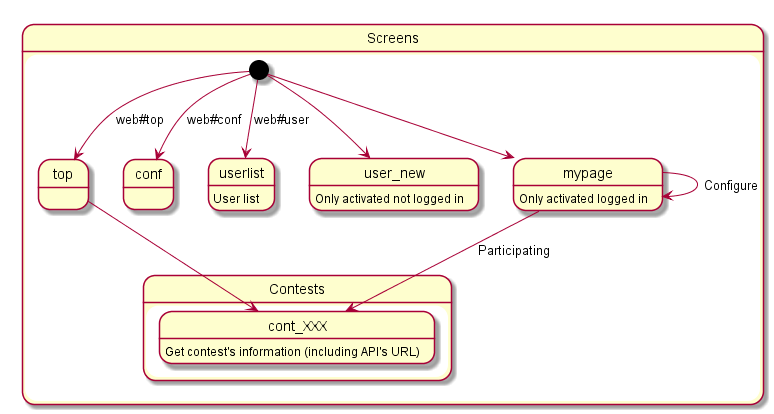
seser1/apiCont keeps this PlantUML diagram as doc/uml/screens.png. Above is the earlier version.
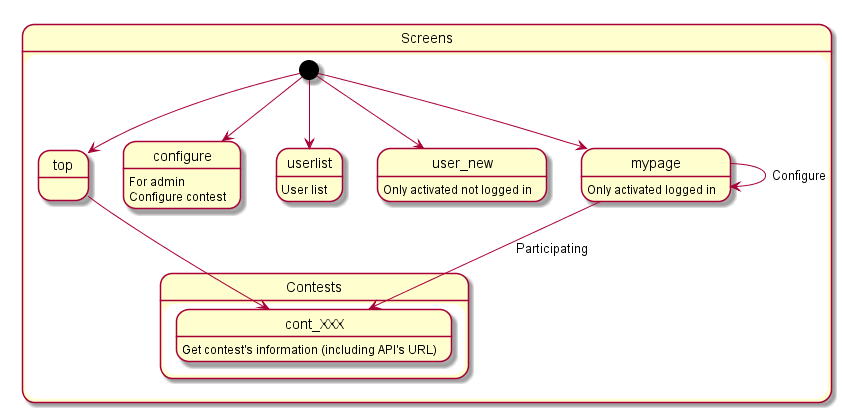
The same diagram one commit later.

Commit message:
Created ER diagram (table)

The edit, as a diff of the source:
```diff
@@ -1,8 +1,8 @@
 @startuml screens
 state Screens{
-  [*] --> top: web#top
-  [*] --> conf: web#conf
-  [*] --> userlist: web#user
+  [*] --> top
+  [*] --> configure
+  [*] --> userlist
   [*] --> user_new
   [*] --> mypage
 
@@ -11,6 +11,8 @@
   }
 
   top --> cont_XXX
+
+  configure: For admin\nConfigure contest
 
   userlist: User list
 
```
